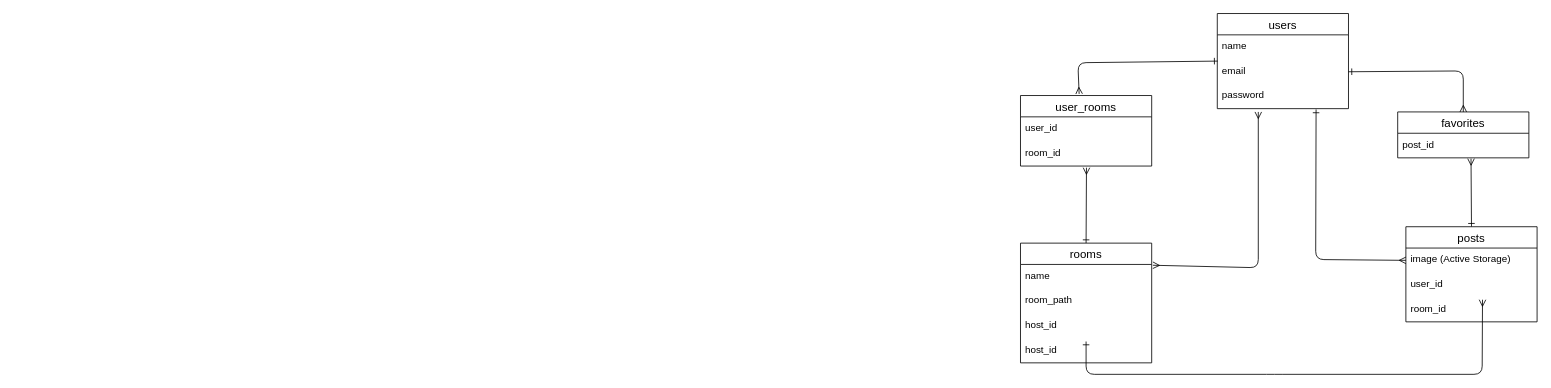
Earlier version of the draw.io diagram page "ページ1" (1 of 2) of er.dio (TM0710/original_app). Source tidied: cells renumbered, new cells numbered last; positions are measured from the earlier drawing's top-left corner, leaving out a move shared by most shapes. Both pictures are drawn from the tidied source at 82%, with x=0, y=0 at pixel (1020, 13).
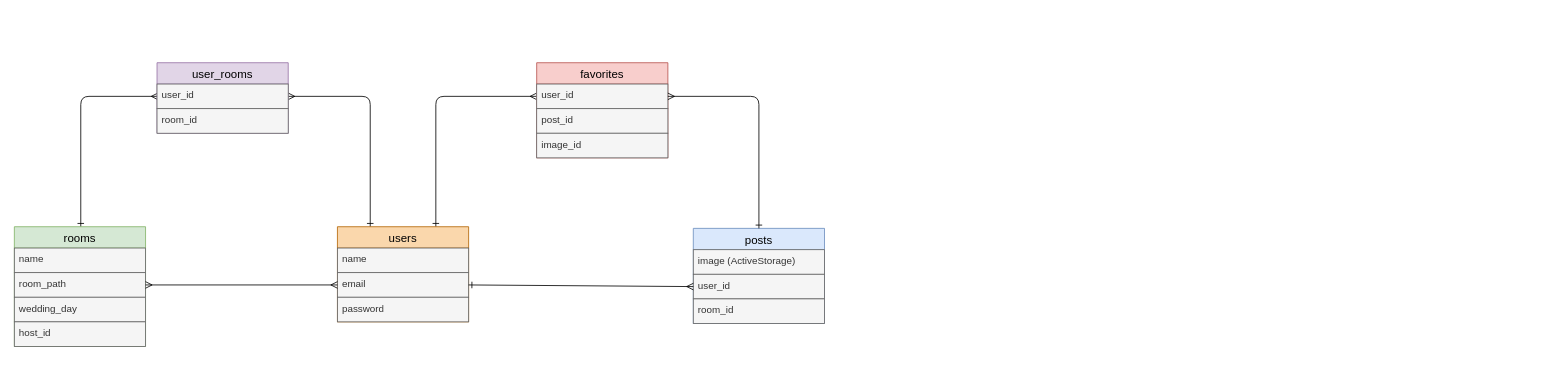
After the change.

Change to the diagram source:
```diff
@@
-<mxGraphModel>
+<mxGraphModel background="#ffffff">
@@
-    <mxCell id="2" style="edgeStyle=none;html=1;exitX=0.5;exitY=0;exitDx=0;exitDy=0;entryX=0.559;entryY=1.033;entryDx=0;entryDy=0;entryPerimeter=0;startArrow=ERone;startFill=0;endArrow=ERmany;endFill=0;" parent="1" edge="1" source="3" target="12">
-      <mxGeometry relative="1" as="geometry" />
-    </mxCell>
-    <mxCell id="3" value="posts" style="swimlane;fontStyle=0;horizontal=1;startSize=26;align=center;fontSize=14;rounded=0;" parent="1" vertex="1">
-      <mxGeometry x="470" y="260" width="160" height="116" as="geometry" />
+    <mxCell id="3" value="posts" style="swimlane;fontStyle=0;horizontal=1;startSize=26;align=center;fontSize=14;rounded=0;fillColor=#dae8fc;strokeColor=#6c8ebf;fontColor=#000000;" parent="1" vertex="1">
+      <mxGeometry x="-399" y="262" width="160" height="116" as="geometry" />
     </mxCell>
-    <mxCell id="4" value="image (Active Storage)" style="text;strokeColor=none;fillColor=none;spacingLeft=4;spacingRight=4;overflow=hidden;points=[[0,0.5],[1,0.5]];portConstraint=eastwest;fontSize=12;rounded=0;" parent="3" vertex="1">
+    <mxCell id="4" value="image (ActiveStorage)" style="text;strokeColor=#666666;fillColor=#f5f5f5;spacingLeft=4;spacingRight=4;overflow=hidden;points=[[0,0.5],[1,0.5]];portConstraint=eastwest;fontSize=12;rounded=0;fontColor=#333333;" parent="3" vertex="1">
       <mxGeometry y="26" width="160" height="30" as="geometry" />
     </mxCell>
-    <mxCell id="5" value="user_id" style="text;strokeColor=none;fillColor=none;spacingLeft=4;spacingRight=4;overflow=hidden;points=[[0,0.5],[1,0.5]];portConstraint=eastwest;fontSize=12;rounded=0;" parent="3" vertex="1">
+    <mxCell id="5" value="user_id" style="text;strokeColor=#666666;fillColor=#f5f5f5;spacingLeft=4;spacingRight=4;overflow=hidden;points=[[0,0.5],[1,0.5]];portConstraint=eastwest;fontSize=12;rounded=0;fontColor=#333333;" parent="3" vertex="1">
       <mxGeometry y="56" width="160" height="30" as="geometry" />
     </mxCell>
-    <mxCell id="6" value="room_id" style="text;strokeColor=none;fillColor=none;spacingLeft=4;spacingRight=4;overflow=hidden;fontSize=12;rounded=0;" parent="3" vertex="1">
+    <mxCell id="6" value="room_id" style="text;strokeColor=#666666;fillColor=#f5f5f5;spacingLeft=4;spacingRight=4;overflow=hidden;fontSize=12;rounded=0;fontColor=#333333;" parent="3" vertex="1">
       <mxGeometry y="86" width="160" height="30" as="geometry" />
     </mxCell>
+    <mxCell id="27" style="edgeStyle=none;html=1;exitX=0.25;exitY=0;exitDx=0;exitDy=0;entryX=1;entryY=0.5;entryDx=0;entryDy=0;startArrow=ERone;startFill=0;endArrow=ERmany;endFill=0;fontColor=#000000;strokeColor=#000000;" parent="1" edge="1" source="7" target="21">
+      <mxGeometry relative="1" as="geometry">
+        <Array as="points">
+          <mxPoint x="-793" y="101" />
+        </Array>
+      </mxGeometry>
+    </mxCell>
+    <mxCell id="28" style="edgeStyle=none;html=1;exitX=0.75;exitY=0;exitDx=0;exitDy=0;entryX=0;entryY=0.5;entryDx=0;entryDy=0;startArrow=ERone;startFill=0;endArrow=ERmany;endFill=0;fontColor=#000000;strokeColor=#000000;" parent="1" edge="1" source="7" target="29">
+      <mxGeometry relative="1" as="geometry">
+        <Array as="points">
+          <mxPoint x="-713" y="101" />
+        </Array>
+      </mxGeometry>
+    </mxCell>
-    <mxCell id="7" value="users" style="swimlane;fontStyle=0;horizontal=1;startSize=26;align=center;fontSize=14;rounded=0;" parent="1" vertex="1">
-      <mxGeometry x="240" width="160" height="116" as="geometry" />
+    <mxCell id="7" value="users" style="swimlane;fontStyle=0;horizontal=1;startSize=26;align=center;fontSize=14;rounded=0;fillColor=#fad7ac;strokeColor=#b46504;fontColor=#000000;" parent="1" vertex="1">
+      <mxGeometry x="-833" y="260" width="160" height="116" as="geometry" />
     </mxCell>
-    <mxCell id="8" value="name" style="text;strokeColor=none;fillColor=none;spacingLeft=4;spacingRight=4;overflow=hidden;fontSize=12;rounded=0;" parent="7" vertex="1">
+    <mxCell id="8" value="name" style="text;strokeColor=#666666;fillColor=#f5f5f5;spacingLeft=4;spacingRight=4;overflow=hidden;fontSize=12;rounded=0;html=1;fontColor=#333333;" parent="7" vertex="1">
       <mxGeometry y="26" width="160" height="30" as="geometry" />
     </mxCell>
-    <mxCell id="9" value="email" style="text;strokeColor=none;fillColor=none;spacingLeft=4;spacingRight=4;overflow=hidden;points=[[0,0.5],[1,0.5]];portConstraint=eastwest;fontSize=12;rounded=0;" parent="7" vertex="1">
+    <mxCell id="9" value="email" style="text;strokeColor=#666666;fillColor=#f5f5f5;spacingLeft=4;spacingRight=4;overflow=hidden;points=[[0,0.5],[1,0.5]];portConstraint=eastwest;fontSize=12;rounded=0;html=1;fontColor=#333333;" parent="7" vertex="1">
       <mxGeometry y="56" width="160" height="30" as="geometry" />
     </mxCell>
-    <mxCell id="10" value="password" style="text;strokeColor=none;fillColor=none;spacingLeft=4;spacingRight=4;overflow=hidden;points=[[0,0.5],[1,0.5]];portConstraint=eastwest;fontSize=12;rounded=0;" parent="7" vertex="1">
+    <mxCell id="10" value="password" style="text;strokeColor=#666666;fillColor=#f5f5f5;spacingLeft=4;spacingRight=4;overflow=hidden;points=[[0,0.5],[1,0.5]];portConstraint=eastwest;fontSize=12;rounded=0;html=1;fontColor=#333333;" parent="7" vertex="1">
       <mxGeometry y="86" width="160" height="30" as="geometry" />
     </mxCell>
-    <mxCell id="11" value="favorites" style="swimlane;fontStyle=0;horizontal=1;startSize=26;align=center;fontSize=14;rounded=0;" parent="1" vertex="1">
-      <mxGeometry x="460" y="120" width="160" height="56" as="geometry" />
+    <mxCell id="11" value="favorites" style="swimlane;fontStyle=0;horizontal=1;startSize=26;align=center;fontSize=14;rounded=0;fillColor=#f8cecc;strokeColor=#b85450;fontColor=#000000;" parent="1" vertex="1">
+      <mxGeometry x="-590" y="60" width="160" height="116" as="geometry" />
     </mxCell>
+    <mxCell id="29" value="user_id" style="text;strokeColor=#666666;fillColor=#f5f5f5;spacingLeft=4;spacingRight=4;overflow=hidden;points=[[0,0.5],[1,0.5]];portConstraint=eastwest;fontSize=12;fontColor=#333333;" parent="11" vertex="1">
+      <mxGeometry y="26" width="160" height="30" as="geometry" />
+    </mxCell>
+    <mxCell id="30" value="post_id" style="text;strokeColor=#666666;fillColor=#f5f5f5;spacingLeft=4;spacingRight=4;overflow=hidden;fontSize=12;fontColor=#333333;" parent="11" vertex="1">
+      <mxGeometry y="56" width="160" height="30" as="geometry" />
+    </mxCell>
-    <mxCell id="12" value="post_id" style="text;strokeColor=none;fillColor=none;spacingLeft=4;spacingRight=4;overflow=hidden;points=[[0,0.5],[1,0.5]];portConstraint=eastwest;fontSize=12;rounded=0;" parent="11" vertex="1">
-      <mxGeometry y="26" width="160" height="30" as="geometry" />
+    <mxCell id="12" value="image_id" style="text;strokeColor=#666666;fillColor=#f5f5f5;spacingLeft=4;spacingRight=4;overflow=hidden;points=[[0,0.5],[1,0.5]];portConstraint=eastwest;fontSize=12;rounded=0;fontColor=#333333;" parent="11" vertex="1">
+      <mxGeometry y="86" width="160" height="30" as="geometry" />
     </mxCell>
-    <mxCell id="13" style="edgeStyle=none;html=1;exitX=0.5;exitY=0;exitDx=0;exitDy=0;entryX=0.503;entryY=1.067;entryDx=0;entryDy=0;entryPerimeter=0;startArrow=ERone;startFill=0;endArrow=ERmany;endFill=0;" parent="1" edge="1" source="15" target="22">
-      <mxGeometry relative="1" as="geometry" />
-    </mxCell>
-    <mxCell id="14" style="edgeStyle=none;html=1;exitX=1.009;exitY=0.033;exitDx=0;exitDy=0;startArrow=ERmany;startFill=0;endArrow=ERmany;endFill=0;exitPerimeter=0;" parent="1" edge="1" source="16">
-      <mxGeometry relative="1" as="geometry">
-        <mxPoint x="290" y="120" as="targetPoint" />
-        <Array as="points">
-          <mxPoint x="290" y="310" />
-        </Array>
-      </mxGeometry>
-    </mxCell>
+    <mxCell id="31" style="edgeStyle=none;html=1;exitX=0.5;exitY=0;exitDx=0;exitDy=0;entryX=0;entryY=0.5;entryDx=0;entryDy=0;startArrow=ERone;startFill=0;endArrow=ERmany;endFill=0;fontColor=#000000;strokeColor=#000000;" parent="1" edge="1">
+      <mxGeometry relative="1" as="geometry">
+        <mxPoint x="-1146" y="260" as="sourcePoint" />
+        <mxPoint x="-1052" y="101" as="targetPoint" />
+        <Array as="points">
+          <mxPoint x="-1146" y="101" />
+        </Array>
+      </mxGeometry>
+    </mxCell>
-    <mxCell id="15" value="rooms" style="swimlane;fontStyle=0;horizontal=1;startSize=26;align=center;fontSize=14;rounded=0;" parent="1" vertex="1">
-      <mxGeometry y="280" width="160" height="146" as="geometry" />
+    <mxCell id="15" value="rooms" style="swimlane;fontStyle=0;horizontal=1;startSize=26;align=center;fontSize=14;rounded=0;fillColor=#d5e8d4;strokeColor=#82b366;fontColor=#000000;" parent="1" vertex="1">
+      <mxGeometry x="-1227" y="260" width="160" height="146" as="geometry" />
     </mxCell>
-    <mxCell id="16" value="name" style="text;strokeColor=none;fillColor=none;spacingLeft=4;spacingRight=4;overflow=hidden;points=[[0,0.5],[1,0.5]];portConstraint=eastwest;fontSize=12;rounded=0;" parent="15" vertex="1">
+    <mxCell id="16" value="name" style="text;strokeColor=#666666;fillColor=#f5f5f5;spacingLeft=4;spacingRight=4;overflow=hidden;points=[[0,0.5],[1,0.5]];portConstraint=eastwest;fontSize=12;rounded=0;fontColor=#333333;" parent="15" vertex="1">
       <mxGeometry y="26" width="160" height="30" as="geometry" />
     </mxCell>
-    <mxCell id="17" value="room_path" style="text;strokeColor=none;fillColor=none;spacingLeft=4;spacingRight=4;overflow=hidden;points=[[0,0.5],[1,0.5]];portConstraint=eastwest;fontSize=12;rounded=0;" parent="15" vertex="1">
+    <mxCell id="17" value="room_path" style="text;strokeColor=#666666;fillColor=#f5f5f5;spacingLeft=4;spacingRight=4;overflow=hidden;points=[[0,0.5],[1,0.5]];portConstraint=eastwest;fontSize=12;rounded=0;fontColor=#333333;" parent="15" vertex="1">
       <mxGeometry y="56" width="160" height="30" as="geometry" />
     </mxCell>
-    <mxCell id="18" value="host_id" style="text;strokeColor=none;fillColor=none;spacingLeft=4;spacingRight=4;overflow=hidden;fontSize=12;rounded=0;" parent="15" vertex="1">
+    <mxCell id="18" value="wedding_day" style="text;strokeColor=#666666;fillColor=#f5f5f5;spacingLeft=4;spacingRight=4;overflow=hidden;fontSize=12;rounded=0;fontColor=#333333;" parent="15" vertex="1">
       <mxGeometry y="86" width="160" height="30" as="geometry" />
     </mxCell>
-    <mxCell id="19" value="host_id" style="text;strokeColor=none;fillColor=none;spacingLeft=4;spacingRight=4;overflow=hidden;fontSize=12;rounded=0;" parent="15" vertex="1">
+    <mxCell id="19" value="host_id" style="text;strokeColor=#666666;fillColor=#f5f5f5;spacingLeft=4;spacingRight=4;overflow=hidden;fontSize=12;rounded=0;fontColor=#333333;" parent="15" vertex="1">
       <mxGeometry y="116" width="160" height="30" as="geometry" />
     </mxCell>
-    <mxCell id="20" value="user_rooms" style="swimlane;fontStyle=0;horizontal=1;startSize=26;align=center;fontSize=14;rounded=0;" parent="1" vertex="1">
-      <mxGeometry y="100" width="160" height="86" as="geometry" />
+    <mxCell id="20" value="user_rooms" style="swimlane;fontStyle=0;horizontal=1;startSize=26;align=center;fontSize=14;rounded=0;fillColor=#e1d5e7;strokeColor=#9673a6;fontColor=#000000;" parent="1" vertex="1">
+      <mxGeometry x="-1053" y="60" width="160" height="86" as="geometry" />
     </mxCell>
-    <mxCell id="21" value="user_id" style="text;strokeColor=none;fillColor=none;spacingLeft=4;spacingRight=4;overflow=hidden;points=[[0,0.5],[1,0.5]];portConstraint=eastwest;fontSize=12;rounded=0;" parent="20" vertex="1">
+    <mxCell id="21" value="user_id" style="text;strokeColor=#666666;fillColor=#f5f5f5;spacingLeft=4;spacingRight=4;overflow=hidden;points=[[0,0.5],[1,0.5]];portConstraint=eastwest;fontSize=12;rounded=0;fontColor=#333333;" parent="20" vertex="1">
       <mxGeometry y="26" width="160" height="30" as="geometry" />
     </mxCell>
-    <mxCell id="22" value="room_id" style="text;strokeColor=none;fillColor=none;spacingLeft=4;spacingRight=4;overflow=hidden;points=[[0,0.5],[1,0.5]];portConstraint=eastwest;fontSize=12;hachureGap=4;fontFamily=Helvetica;rounded=0;glass=0;" parent="20" vertex="1">
+    <mxCell id="22" value="room_id" style="text;strokeColor=#666666;fillColor=#f5f5f5;spacingLeft=4;spacingRight=4;overflow=hidden;points=[[0,0.5],[1,0.5]];portConstraint=eastwest;fontSize=12;hachureGap=4;fontFamily=Helvetica;rounded=0;glass=0;fontColor=#333333;" parent="20" vertex="1">
       <mxGeometry y="56" width="160" height="30" as="geometry" />
     </mxCell>
-    <mxCell id="23" style="edgeStyle=none;html=1;exitX=0.003;exitY=0.067;exitDx=0;exitDy=0;exitPerimeter=0;entryX=0.447;entryY=-0.023;entryDx=0;entryDy=0;entryPerimeter=0;startArrow=ERone;startFill=0;endArrow=ERmany;endFill=0;" parent="1" edge="1" source="9" target="20">
-      <mxGeometry relative="1" as="geometry">
-        <Array as="points">
-          <mxPoint x="70" y="60" />
-        </Array>
-      </mxGeometry>
-    </mxCell>
-    <mxCell id="24" style="edgeStyle=none;html=1;exitX=0.584;exitY=1.1;exitDx=0;exitDy=0;startArrow=ERmany;startFill=0;endArrow=ERone;endFill=0;exitPerimeter=0;" parent="1" edge="1" source="5">
-      <mxGeometry relative="1" as="geometry">
-        <mxPoint x="80" y="400" as="targetPoint" />
-        <Array as="points">
-          <mxPoint x="563" y="440" />
-          <mxPoint x="310" y="440" />
-          <mxPoint x="80" y="440" />
-        </Array>
-      </mxGeometry>
-    </mxCell>
-    <mxCell id="25" style="edgeStyle=none;html=1;exitX=1;exitY=0.5;exitDx=0;exitDy=0;entryX=0.5;entryY=0;entryDx=0;entryDy=0;startArrow=ERone;startFill=0;endArrow=ERmany;endFill=0;" parent="1" edge="1" source="9" target="11">
-      <mxGeometry relative="1" as="geometry">
-        <Array as="points">
-          <mxPoint x="540" y="70" />
-        </Array>
-      </mxGeometry>
-    </mxCell>
-    <mxCell id="26" style="edgeStyle=none;html=1;exitX=0;exitY=0.5;exitDx=0;exitDy=0;entryX=0.753;entryY=1.033;entryDx=0;entryDy=0;entryPerimeter=0;startArrow=ERmany;startFill=0;endArrow=ERone;endFill=0;" parent="1" edge="1" source="4" target="10">
-      <mxGeometry relative="1" as="geometry">
-        <Array as="points">
-          <mxPoint x="360" y="300" />
-        </Array>
-      </mxGeometry>
-    </mxCell>
+    <mxCell id="32" style="edgeStyle=none;html=1;exitX=0;exitY=0.5;exitDx=0;exitDy=0;entryX=1;entryY=0.5;entryDx=0;entryDy=0;endArrow=ERmany;endFill=0;startArrow=ERmany;startFill=0;fontColor=#000000;strokeColor=#000000;" parent="1" edge="1" source="9" target="17">
+      <mxGeometry relative="1" as="geometry" />
+    </mxCell>
+    <mxCell id="33" style="edgeStyle=none;html=1;exitX=1;exitY=0.5;exitDx=0;exitDy=0;entryX=0;entryY=0.5;entryDx=0;entryDy=0;startArrow=ERone;startFill=0;endArrow=ERmany;endFill=0;fontColor=#000000;strokeColor=#000000;" parent="1" edge="1" source="9" target="5">
+      <mxGeometry relative="1" as="geometry" />
+    </mxCell>
+    <mxCell id="34" style="edgeStyle=none;html=1;exitX=1;exitY=0.5;exitDx=0;exitDy=0;entryX=0.5;entryY=0;entryDx=0;entryDy=0;startArrow=ERmany;startFill=0;endArrow=ERone;endFill=0;fontColor=#000000;strokeColor=#000000;" parent="1" edge="1" source="29" target="3">
+      <mxGeometry relative="1" as="geometry">
+        <Array as="points">
+          <mxPoint x="-319" y="101" />
+        </Array>
+      </mxGeometry>
+    </mxCell>
```
